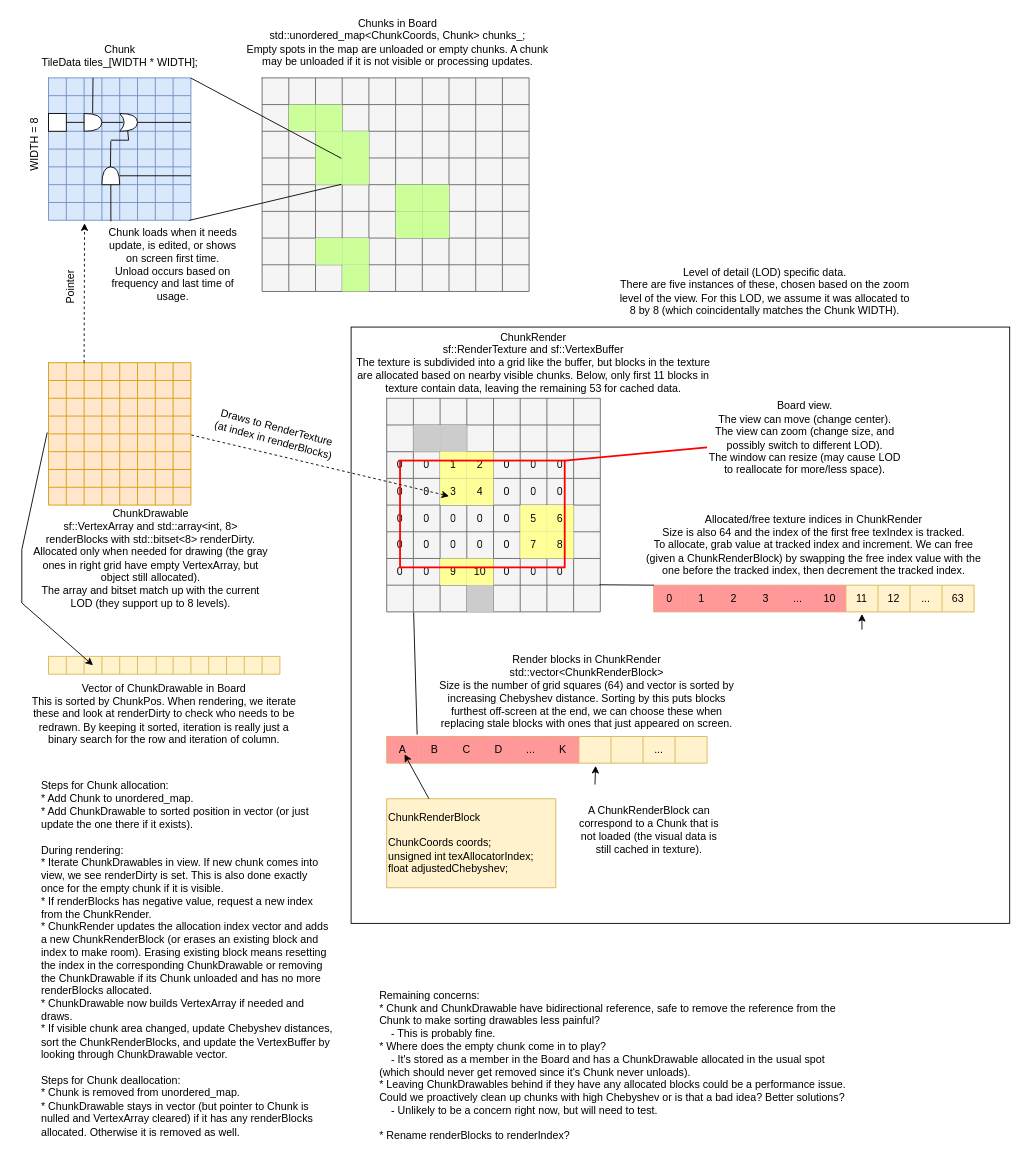
This is dev/chunk_rendering.drawio from tdepke2/CircuitSim2, a draw.io file, before an edit. Source tidied: cells renumbered, new cells numbered last; positions are measured from the earlier drawing's top-left corner, leaving out a move shared by most shapes. Both pictures are drawn from the tidied source at 89%, with x=0, y=0 at pixel (-5, 15).
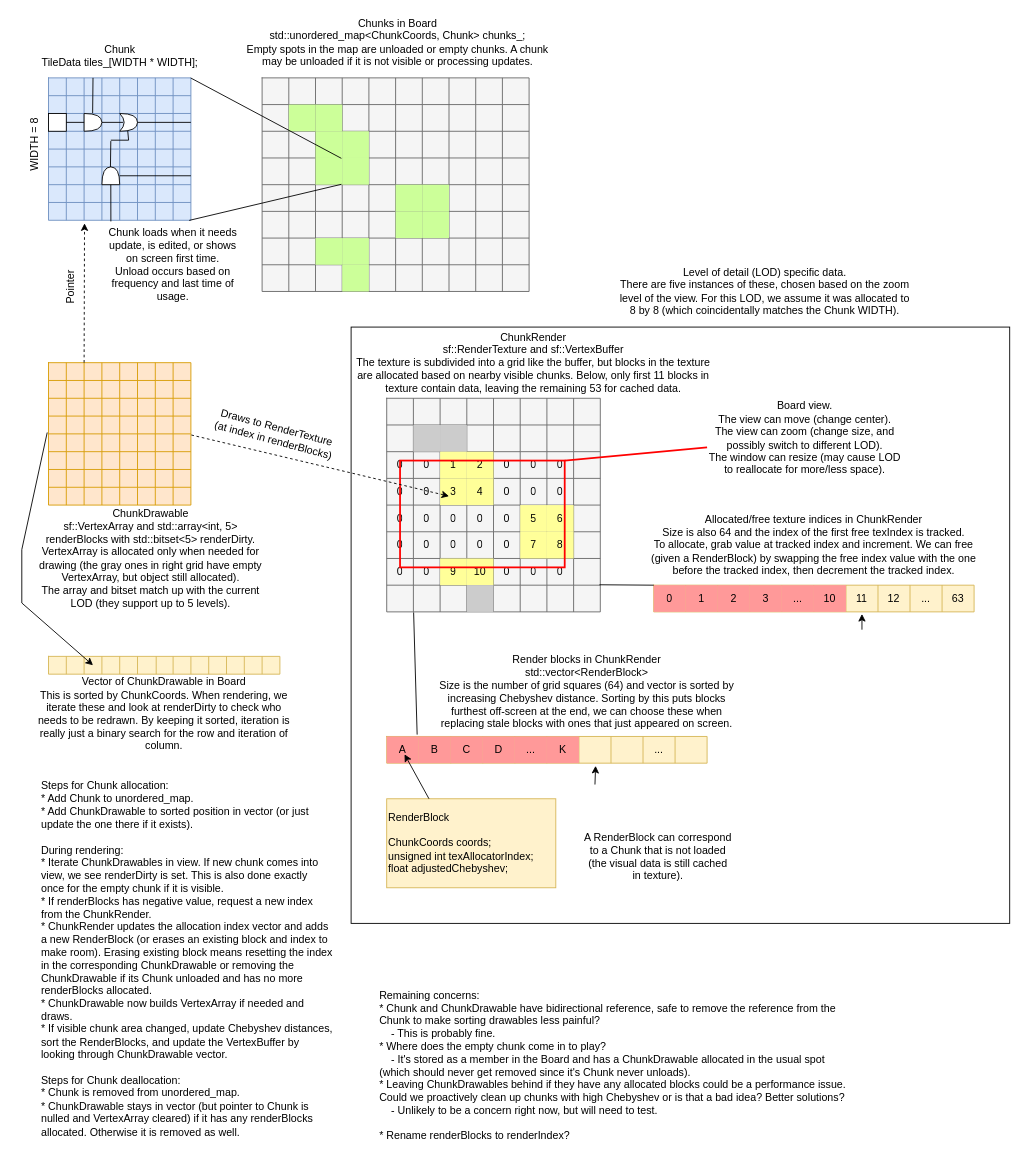
After the change.

The edit, as a diff of the source:
```diff
@@
-    <mxCell id="243" value="ChunkDrawable&lt;br&gt;sf::VertexArray and std::array&amp;lt;int, 8&amp;gt; renderBlocks with std::bitset&amp;lt;8&amp;gt; renderDirty.&lt;br&gt;Allocated only when needed for drawing (the gray ones in right grid have empty VertexArray, but object still allocated).&lt;br&gt;The array and bitset match up with the current LOD (they support up to 8 levels)." style="text;html=1;strokeColor=none;fillColor=none;align=center;verticalAlign=middle;whiteSpace=wrap;rounded=0;" parent="1" vertex="1">
+    <mxCell id="243" value="ChunkDrawable&lt;br&gt;sf::VertexArray and std::array&amp;lt;int, 5&amp;gt; renderBlocks with std::bitset&amp;lt;5&amp;gt; renderDirty.&lt;br&gt;VertexArray is allocated only when needed for drawing (the gray ones in right grid have empty VertexArray, but object still allocated).&lt;br&gt;The array and bitset match up with the current LOD (they support up to 5 levels)." style="text;html=1;strokeColor=none;fillColor=none;align=center;verticalAlign=middle;whiteSpace=wrap;rounded=0;" parent="1" vertex="1">
       <mxGeometry x="40" y="550" width="270" height="120" as="geometry" />
     </mxCell>
@@
-    <mxCell id="338" value="Vector of ChunkDrawable in Board&lt;br&gt;This is sorted by ChunkPos. When rendering, we iterate these and look at renderDirty to check who needs to be redrawn. By keeping it sorted, iteration is really just a binary search for the row and iteration of column." style="text;html=1;strokeColor=none;fillColor=none;align=center;verticalAlign=middle;whiteSpace=wrap;rounded=0;" parent="1" vertex="1">
+    <mxCell id="338" value="Vector of ChunkDrawable in Board&lt;br&gt;This is sorted by ChunkCoords. When rendering, we iterate these and look at renderDirty to check who needs to be redrawn. By keeping it sorted, iteration is really just a binary search for the row and iteration of column." style="text;html=1;strokeColor=none;fillColor=none;align=center;verticalAlign=middle;whiteSpace=wrap;rounded=0;" parent="1" vertex="1">
       <mxGeometry x="40" y="740" width="300" height="90" as="geometry" />
     </mxCell>
@@
-    <mxCell id="354" value="ChunkRenderBlock&lt;br&gt;&lt;br&gt;&lt;div&gt;ChunkCoords coords;&lt;/div&gt;&lt;div&gt;&lt;span style=&quot;background-color: initial;&quot;&gt;unsigned int texAllocatorIndex;&lt;/span&gt;&lt;/div&gt;&lt;div style=&quot;&quot;&gt;&lt;span style=&quot;background-color: initial;&quot;&gt;float adjustedChebyshev;&lt;/span&gt;&lt;/div&gt;" style="rounded=0;whiteSpace=wrap;html=1;align=left;fillColor=#fff2cc;strokeColor=#d6b656;" parent="1" vertex="1">
+    <mxCell id="354" value="RenderBlock&lt;br&gt;&lt;br&gt;&lt;div&gt;ChunkCoords coords;&lt;/div&gt;&lt;div&gt;&lt;span style=&quot;background-color: initial;&quot;&gt;unsigned int texAllocatorIndex;&lt;/span&gt;&lt;/div&gt;&lt;div style=&quot;&quot;&gt;&lt;span style=&quot;background-color: initial;&quot;&gt;float adjustedChebyshev;&lt;/span&gt;&lt;/div&gt;" style="rounded=0;whiteSpace=wrap;html=1;align=left;fillColor=#fff2cc;strokeColor=#d6b656;" parent="1" vertex="1">
       <mxGeometry x="440" y="880" width="190" height="100" as="geometry" />
     </mxCell>
@@
-    <mxCell id="356" value="Render blocks in ChunkRender&lt;br&gt;std::vector&amp;lt;ChunkRenderBlock&amp;gt;&lt;br&gt;Size is the number of grid squares (64) and vector is sorted by increasing Chebyshev distance. Sorting by this puts blocks furthest off-screen at the end, we can choose these when replacing stale blocks with ones that just appeared on screen." style="text;html=1;strokeColor=none;fillColor=none;align=center;verticalAlign=middle;whiteSpace=wrap;rounded=0;" parent="1" vertex="1">
+    <mxCell id="356" value="Render blocks in ChunkRender&lt;br&gt;std::vector&amp;lt;RenderBlock&amp;gt;&lt;br&gt;Size is the number of grid squares (64) and vector is sorted by increasing Chebyshev distance. Sorting by this puts blocks furthest off-screen at the end, we can choose these when replacing stale blocks with ones that just appeared on screen." style="text;html=1;strokeColor=none;fillColor=none;align=center;verticalAlign=middle;whiteSpace=wrap;rounded=0;" parent="1" vertex="1">
       <mxGeometry x="490" y="720" width="350" height="80" as="geometry" />
     </mxCell>
@@
-    <mxCell id="371" value="Allocated/free texture indices in ChunkRender&lt;br&gt;Size is also 64 and the index of the first free texIndex is tracked.&lt;br&gt;To allocate, grab value at tracked index and increment. We can free (given a ChunkRenderBlock) by swapping the free index value with the one before the tracked index, then decrement the tracked index." style="text;html=1;strokeColor=none;fillColor=none;align=center;verticalAlign=middle;whiteSpace=wrap;rounded=0;" parent="1" vertex="1">
+    <mxCell id="371" value="Allocated/free texture indices in ChunkRender&lt;br&gt;Size is also 64 and the index of the first free texIndex is tracked.&lt;br&gt;To allocate, grab value at tracked index and increment. We can free (given a RenderBlock) by swapping the free index value with the one before the tracked index, then decrement the tracked index." style="text;html=1;strokeColor=none;fillColor=none;align=center;verticalAlign=middle;whiteSpace=wrap;rounded=0;" parent="1" vertex="1">
       <mxGeometry x="730" y="560" width="380" height="70" as="geometry" />
     </mxCell>
@@
-    <mxCell id="374" value="A ChunkRenderBlock can correspond to a Chunk that is not loaded (the visual data is still cached in texture)." style="text;html=1;strokeColor=none;fillColor=none;align=center;verticalAlign=middle;whiteSpace=wrap;rounded=0;" parent="1" vertex="1">
-      <mxGeometry x="650" y="880" width="170" height="70" as="geometry" />
+    <mxCell id="374" value="A RenderBlock can correspond to a Chunk that is not loaded (the visual data is still cached in texture)." style="text;html=1;strokeColor=none;fillColor=none;align=center;verticalAlign=middle;whiteSpace=wrap;rounded=0;" parent="1" vertex="1">
+      <mxGeometry x="660" y="910" width="170" height="70" as="geometry" />
     </mxCell>
@@
-    <mxCell id="390" value="Steps for Chunk allocation:&lt;br&gt;* Add Chunk to unordered_map.&lt;br&gt;* Add ChunkDrawable to sorted position in vector (or just update the one there if it exists).&lt;br&gt;&lt;br&gt;During rendering:&lt;br&gt;* Iterate ChunkDrawables in view. If new chunk comes into view, we see renderDirty is set. This is also done exactly once for the empty chunk if it is visible.&lt;br&gt;* If renderBlocks has negative value, request a new index from the ChunkRender.&lt;br&gt;* ChunkRender updates the allocation index vector and adds a new ChunkRenderBlock (or erases an existing block and index to make room). Erasing existing block means resetting the index in the corresponding ChunkDrawable or removing the ChunkDrawable if its Chunk unloaded and has no more renderBlocks allocated.&lt;br&gt;* ChunkDrawable now builds VertexArray if needed and draws.&lt;br&gt;* If visible chunk area changed, update Chebyshev distances, sort the ChunkRenderBlocks, and update the VertexBuffer by looking through ChunkDrawable vector.&lt;br&gt;&lt;br&gt;Steps for Chunk deallocation:&lt;br&gt;* Chunk is removed from unordered_map.&lt;br&gt;* ChunkDrawable stays in vector (but pointer to Chunk is nulled and VertexArray cleared) if it has any renderBlocks allocated. Otherwise it is removed as well." style="text;html=1;strokeColor=none;fillColor=none;align=left;verticalAlign=middle;whiteSpace=wrap;rounded=0;" parent="1" vertex="1">
+    <mxCell id="390" value="Steps for Chunk allocation:&lt;br&gt;* Add Chunk to unordered_map.&lt;br&gt;* Add ChunkDrawable to sorted position in vector (or just update the one there if it exists).&lt;br&gt;&lt;br&gt;During rendering:&lt;br&gt;* Iterate ChunkDrawables in view. If new chunk comes into view, we see renderDirty is set. This is also done exactly once for the empty chunk if it is visible.&lt;br&gt;* If renderBlocks has negative value, request a new index from the ChunkRender.&lt;br&gt;* ChunkRender updates the allocation index vector and adds a new RenderBlock (or erases an existing block and index to make room). Erasing existing block means resetting the index in the corresponding ChunkDrawable or removing the ChunkDrawable if its Chunk unloaded and has no more renderBlocks allocated.&lt;br&gt;* ChunkDrawable now builds VertexArray if needed and draws.&lt;br&gt;* If visible chunk area changed, update Chebyshev distances, sort the RenderBlocks, and update the VertexBuffer by looking through ChunkDrawable vector.&lt;br&gt;&lt;br&gt;Steps for Chunk deallocation:&lt;br&gt;* Chunk is removed from unordered_map.&lt;br&gt;* ChunkDrawable stays in vector (but pointer to Chunk is nulled and VertexArray cleared) if it has any renderBlocks allocated. Otherwise it is removed as well." style="text;html=1;strokeColor=none;fillColor=none;align=left;verticalAlign=middle;whiteSpace=wrap;rounded=0;" parent="1" vertex="1">
       <mxGeometry x="50" y="850" width="330" height="420" as="geometry" />
     </mxCell>
```
